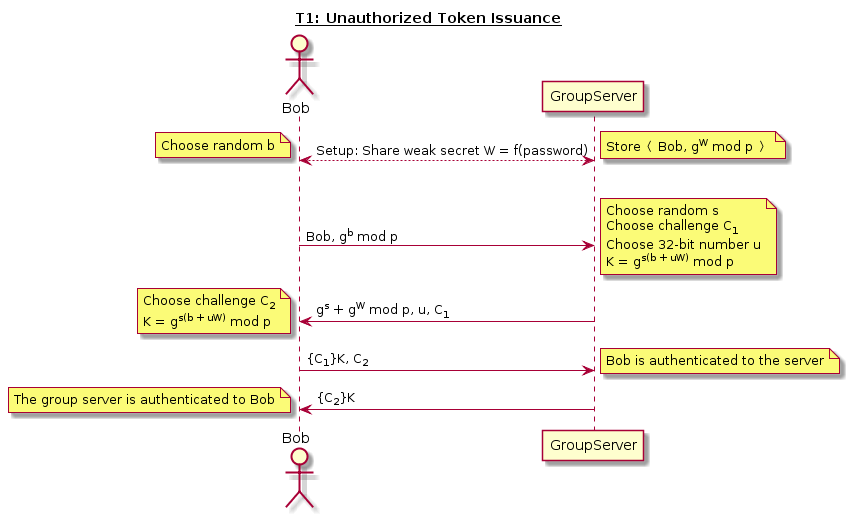
Before: reports/img/T1.png, a diagram exported from PlantUML (jondyer/cs1653-2017fa-jbd29-mar257-zds14).
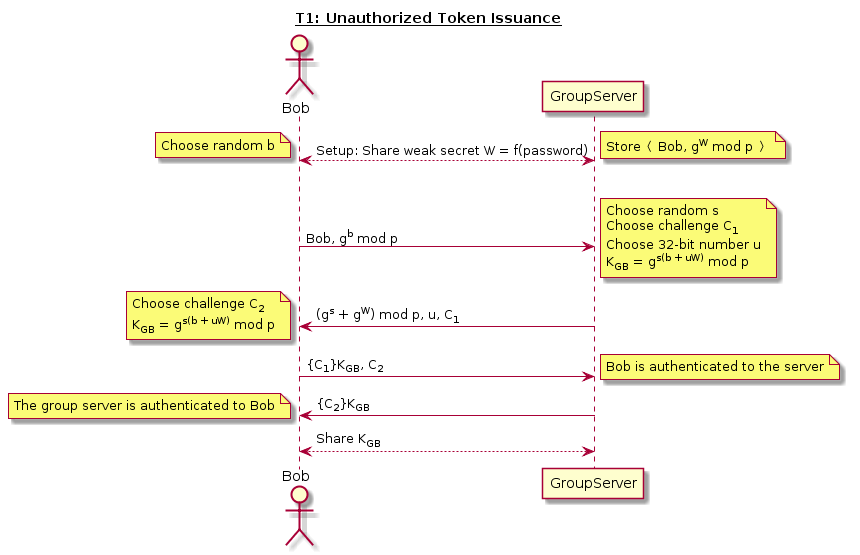
Later version of the same file.

Commit message:
Updated sequence diagrams

Diff of the diagram source:
```diff
@@ -11,16 +11,17 @@
 	Choose random s
 	Choose challenge C<sub>1</sub>
 	Choose 32-bit number u
-	K = g<sup>s(b + uW)</sup> mod p
+	K<sub>GB</sub> = g<sup>s(b + uW)</sup> mod p
 end note
 
-GroupServer -> Bob: g<sup>s</sup> + g<sup>W</sup> mod p, u, C<sub>1</sub>
+GroupServer -> Bob: (g<sup>s</sup> + g<sup>W</sup>) mod p, u, C<sub>1</sub>
 note left
 	Choose challenge C<sub>2</sub>
-	K = g<sup>s(b + uW)</sup> mod p
+	K<sub>GB</sub> = g<sup>s(b + uW)</sup> mod p
 end note
-Bob -> GroupServer: {C<sub>1</sub>}K, C<sub>2</sub>
+Bob -> GroupServer: {C<sub>1</sub>}K<sub>GB</sub>, C<sub>2</sub>
 note right: Bob is authenticated to the server
-GroupServer -> Bob: {C<sub>2</sub>}K
+GroupServer -> Bob: {C<sub>2</sub>}K<sub>GB</sub>
 note left: The group server is authenticated to Bob
+Bob <--> GroupServer: Share K<sub>GB</sub>
 @enduml
```
